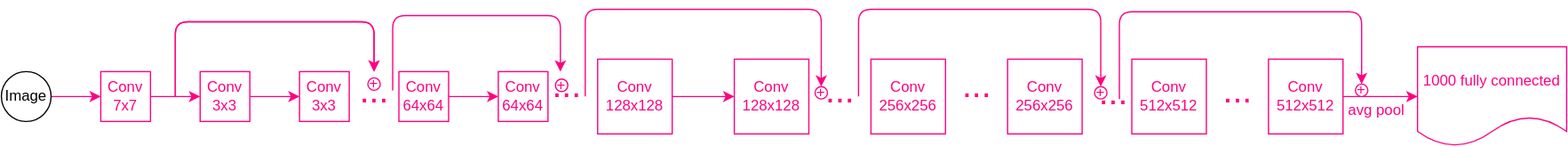
Above: W4_TransferLearning/img/Resnet18_learn_all.svg in GuaiGuaiOnMyComputer/SummerVacationMeeting (draw.io), before the change. Source tidied: cells renumbered, new cells last; positions are measured from the earlier drawing's top-left corner, leaving out a move shared by most shapes.
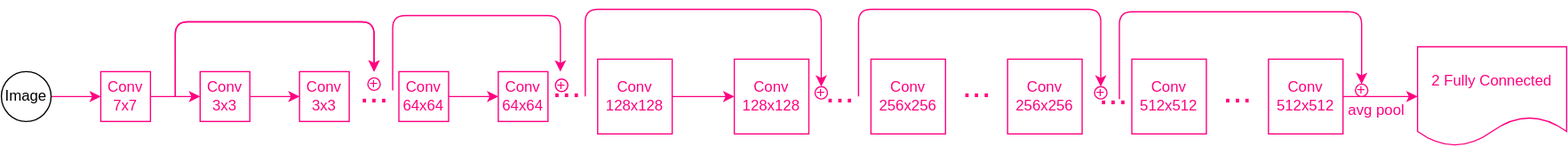
Above is the later version.

Commit message:
corrected fully connected layer length

The edit, as a diff of the source:
```diff
@@ -56,7 +56,7 @@
     <mxCell id="19" value="Conv&lt;br&gt;512x512" style="whiteSpace=wrap;html=1;strokeColor=#FF0080;fontColor=#FF0080;" parent="1" vertex="1">
       <mxGeometry x="1020" y="40" width="60" height="60" as="geometry" />
     </mxCell>
-    <mxCell id="20" value="1000 fully connected" style="shape=document;whiteSpace=wrap;html=1;boundedLbl=1;strokeColor=#FF0080;fontColor=#FF0080;" parent="1" vertex="1">
+    <mxCell id="20" value="2 Fully Connected" style="shape=document;whiteSpace=wrap;html=1;boundedLbl=1;strokeColor=#FF0080;fontColor=#FF0080;" parent="1" vertex="1">
       <mxGeometry x="1140" y="30" width="120" height="80" as="geometry" />
     </mxCell>
     <mxCell id="21" value="&amp;nbsp;avg pool" style="text;html=1;align=center;verticalAlign=middle;fontColor=#FF0080;labelBorderColor=none;" parent="1" vertex="1">
```
